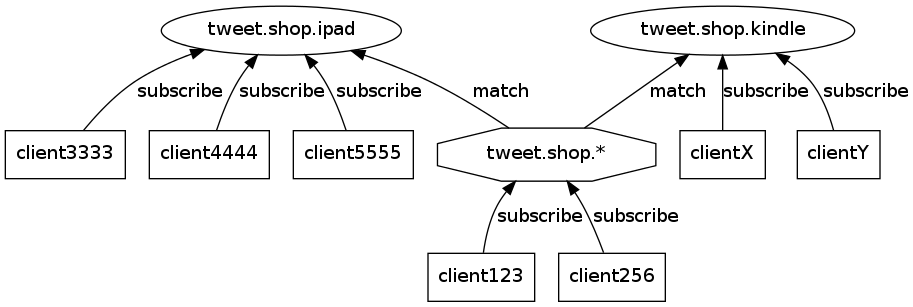
The Graphviz diagram feature/image/pattern_relation.png in huangzworks/redisbook, before a commit. Its source is kept beside it as feature/image/pattern_relation.dot.
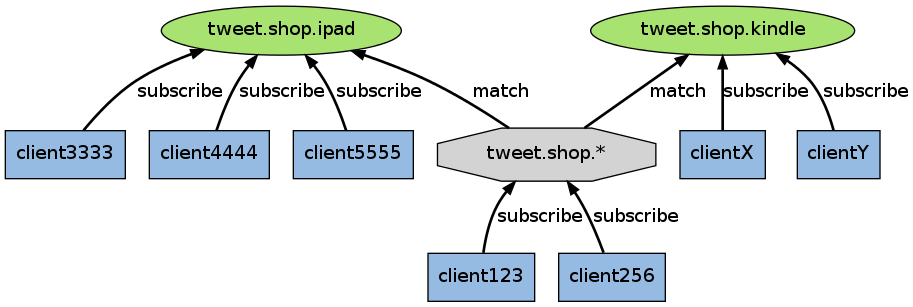
The same file after the commit.

What changed in the source:
```diff
@@ -2,9 +2,12 @@
 
     rankdir = BT;
 
-    kindle [label = "tweet.shop.kindle"];
+    node [style = filled];
+    edge [style = bold];
 
-    ipad [label = "tweet.shop.ipad"];
+    kindle [label = "tweet.shop.kindle", fillcolor = "#A8E270"];
+
+    ipad [label = "tweet.shop.ipad", fillcolor = "#A8E270"];
 
     node [shape = octagon];
     pattern [label = "tweet.shop.*"];
@@ -13,6 +16,16 @@
     pattern -> ipad [label = "match"];
 
     node [shape = box];
+
+    client123 [fillcolor = "#95BBE3"];
+    client256 [fillcolor = "#95BBE3"];
+
+    clientX [fillcolor = "#95BBE3"];
+    clientY [fillcolor = "#95BBE3"];
+
+    client3333 [fillcolor = "#95BBE3"];
+    client4444 [fillcolor = "#95BBE3"];
+    client5555 [fillcolor = "#95BBE3"];
 
     client123 -> pattern [label = "subscribe"];
     client256 -> pattern [label = "subscribe"];
```
